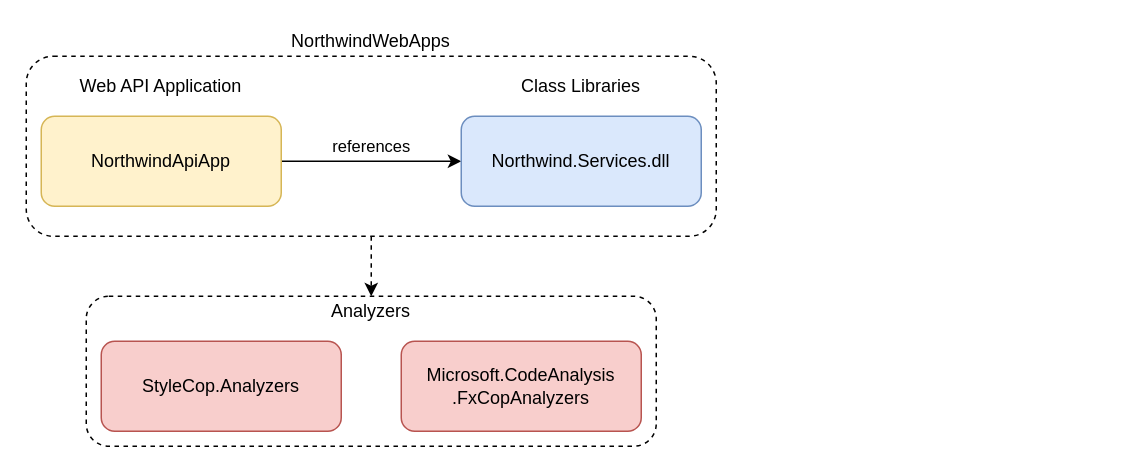
The draw.io diagram page "NorthwindWebApiApp" (1 of 4) of module04/module04.drawio in epam-dotnet-lab/northwind-apps, before the edit. Source tidied: cells renumbered, new cells numbered last; positions are measured from the earlier drawing's top-left corner, leaving out a move shared by most shapes. Both pictures are drawn from the tidied source at 150%, with x=0, y=0 at pixel (26, 26).
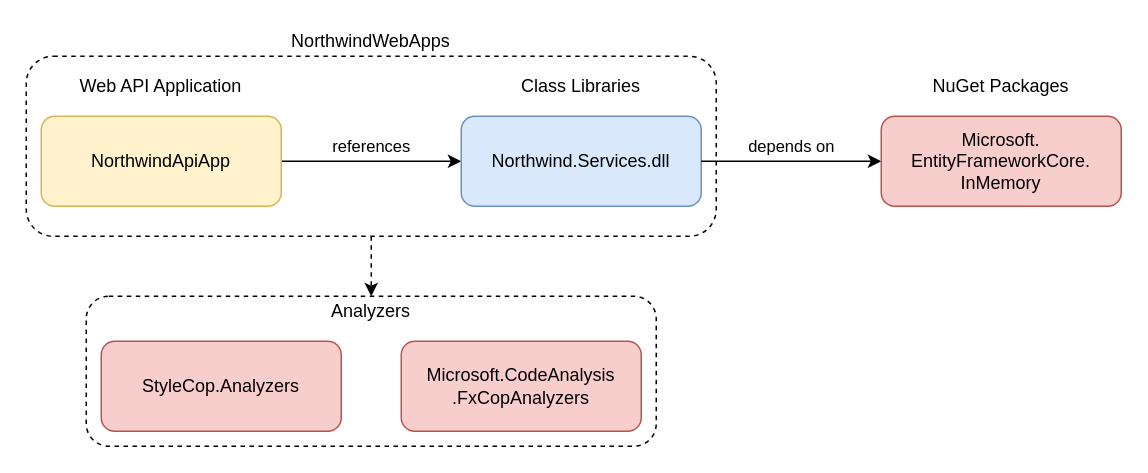
Above is the later version.

The change refers to these unchanged cells:
```xml
<mxCell id="8" value="Northwind.Services.dll" style="rounded=1;whiteSpace=wrap;html=1;fillColor=#dae8fc;strokeColor=#6c8ebf;" parent="1" vertex="1">
  <mxGeometry x="290" y="60" width="160" height="60" as="geometry" />
</mxCell>
```

What changed in the source:
```diff
@@
+    <mxCell id="15" value="depends on" style="edgeStyle=orthogonalEdgeStyle;rounded=0;jettySize=auto;html=1;entryX=0;entryY=0.5;entryDx=0;entryDy=0;exitX=1;exitY=0.5;exitDx=0;exitDy=0;" parent="1" edge="1" source="8" target="16">
+      <mxGeometry y="10" relative="1" as="geometry">
+        <Array as="points">
+          <mxPoint x="470" y="90" />
+          <mxPoint x="470" y="90" />
+        </Array>
+      </mxGeometry>
+    </mxCell>
+    <mxCell id="16" value="Microsoft.&lt;br&gt;EntityFrameworkCore.&lt;br&gt;InMemory" style="rounded=1;whiteSpace=wrap;html=1;fillColor=#f8cecc;strokeColor=#b85450;" parent="1" vertex="1">
+      <mxGeometry x="570" y="60" width="160" height="60" as="geometry" />
+    </mxCell>
+    <mxCell id="17" value="NuGet Packages" style="text;html=1;strokeColor=none;fillColor=none;align=center;verticalAlign=middle;whiteSpace=wrap;rounded=0;" parent="1" vertex="1">
+      <mxGeometry x="570" y="30" width="160" height="20" as="geometry" />
+    </mxCell>
```
